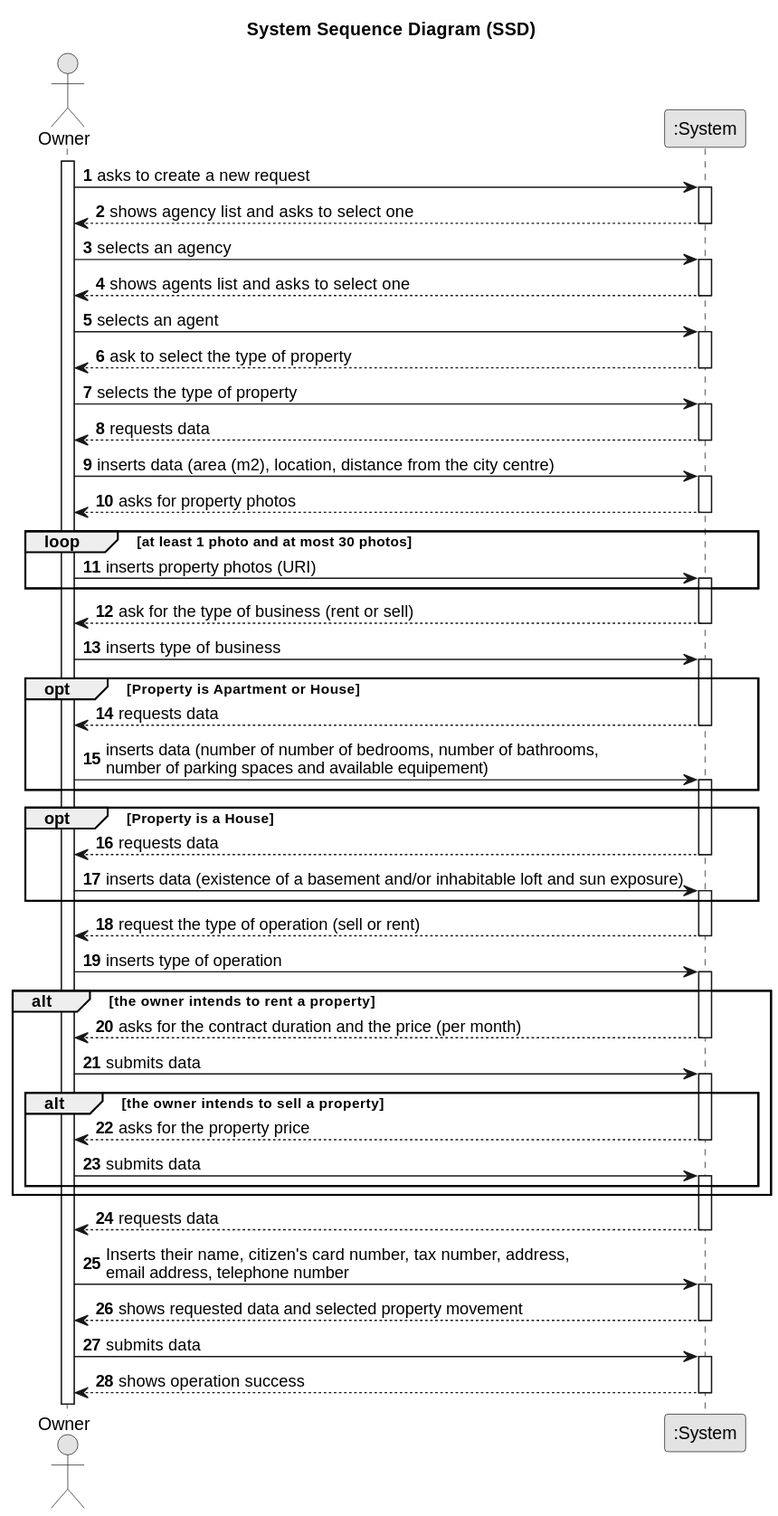
Before: docs/sprintB/us004/01.requirements-engineering/svg/us004-System_Sequence_Diagram__SSD.svg, a diagram exported from PlantUML (1220812/LAPR2). The source it was exported from:
```plantuml
@startuml
skinparam monochrome true
skinparam packageStyle rectangle
skinparam shadowing false

title System Sequence Diagram (SSD)

autonumber

actor "Owner" as Owner
participant ":System" as System

activate Owner

    Owner -> System : asks to create a new request
    activate System

        System --> Owner : shows agency list and asks to select one
    deactivate System

    Owner -> System : selects an agency
    activate System

        System --> Owner : shows agents list and asks to select one
    deactivate System

    Owner -> System : selects an agent
    activate System


        System --> Owner : ask to select the type of property
    deactivate System

    Owner -> System : selects the type of property

        activate System

        System --> Owner : requests data

    deactivate System

    Owner -> System : inserts data (area (m2), location, distance from the city centre)

    activate System

    System --> Owner : asks for property photos
    deactivate System

    loop at least 1 photo and at most 30 photos

    Owner -> System : inserts property photos (URI)
    activate System

    end

    System --> Owner : ask for the type of business (rent or sell)
    deactivate System


    Owner -> System : inserts type of business
   activate System

    opt Property is Apartment or House

        System --> Owner : requests data

    deactivate System

    Owner -> System : inserts data (number of number of bedrooms, number of bathrooms, \nnumber of parking spaces and available equipement)
    activate System

    end
    opt Property is a House

         System --> Owner : requests data
    deactivate System

    Owner -> System : inserts data (existence of a basement and/or inhabitable loft and sun exposure)
    activate System

    end

    System --> Owner : request the type of operation (sell or rent)
    deactivate System


    Owner -> System : inserts type of operation

    alt the owner intends to rent a property
    activate System

    System --> Owner : asks for the contract duration and the price (per month)
    deactivate System

    Owner -> System : submits data
    activate System

    alt the owner intends to sell a property
    System --> Owner : asks for the property price

    deactivate System

    Owner -> System : submits data
    activate System
    end

    end

          System --> Owner : requests data
    deactivate System

    Owner -> System : Inserts their name, citizen's card number, tax number, address, \nemail address, telephone number
    activate System

           System --> Owner : shows requested data and selected property movement

    deactivate System

    Owner -> System : submits data
    activate System

            System --> Owner : shows operation success
    deactivate System
@enduml
```
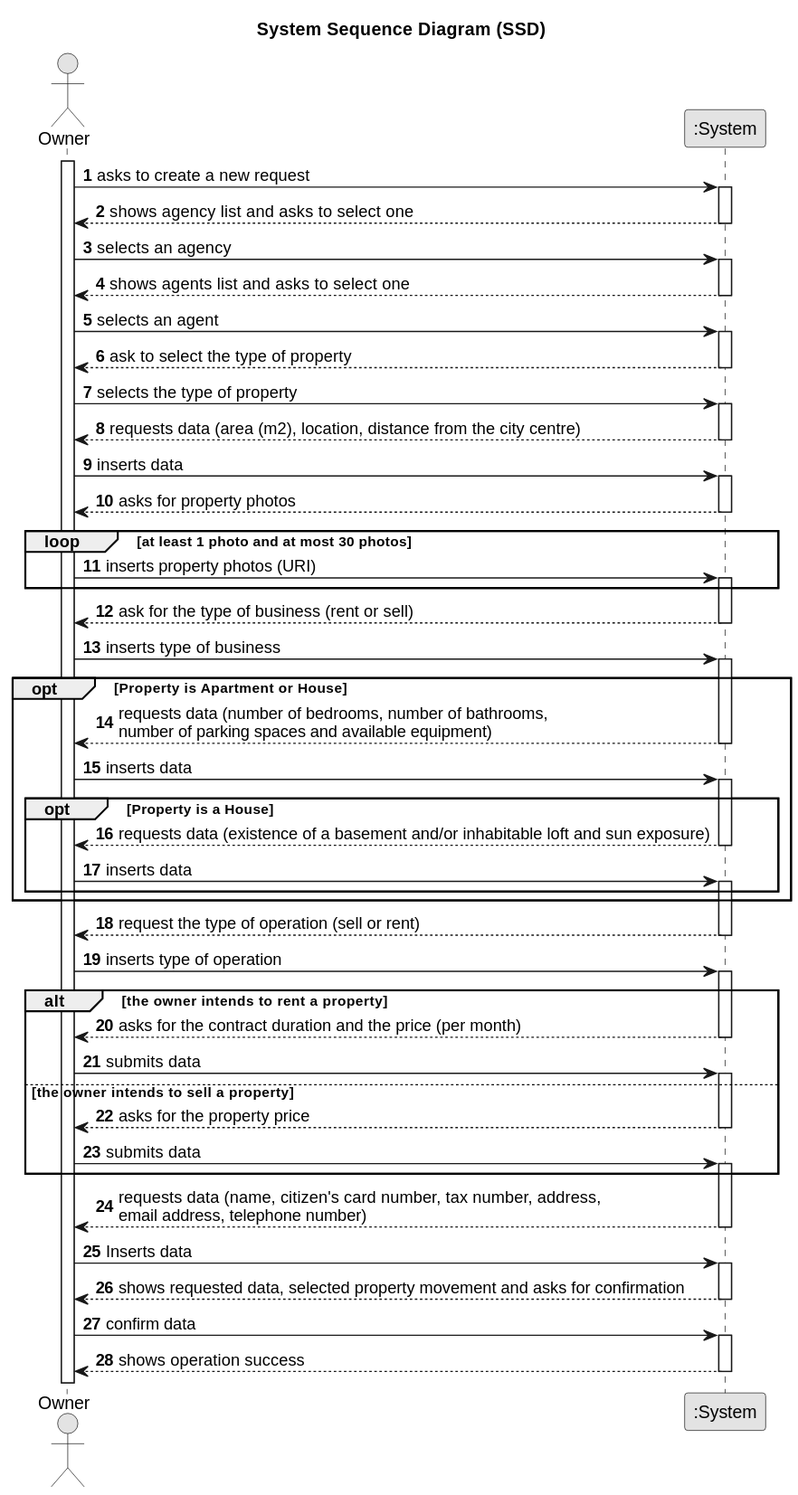
The same file after the commit.

What changed in the source:
```diff
@@ -35,11 +35,11 @@
 
         activate System
 
-        System --> Owner : requests data
+        System --> Owner : requests data (area (m2), location, distance from the city centre)
 
     deactivate System
 
-    Owner -> System : inserts data (area (m2), location, distance from the city centre)
+    Owner -> System : inserts data
 
     activate System
 
@@ -62,27 +62,27 @@
 
     opt Property is Apartment or House
 
-        System --> Owner : requests data
+        System --> Owner : requests data (number of bedrooms, number of bathrooms, \nnumber of parking spaces and available equipment)
 
     deactivate System
 
-    Owner -> System : inserts data (number of number of bedrooms, number of bathrooms, \nnumber of parking spaces and available equipement)
+    Owner -> System : inserts data
+    activate System
+
+    opt Property is a House
+
+         System --> Owner : requests data (existence of a basement and/or inhabitable loft and sun exposure)
+    deactivate System
+
+    Owner -> System : inserts data
     activate System
 
     end
-    opt Property is a House
-
-         System --> Owner : requests data
-    deactivate System
-
-    Owner -> System : inserts data (existence of a basement and/or inhabitable loft and sun exposure)
-    activate System
 
     end
 
     System --> Owner : request the type of operation (sell or rent)
     deactivate System
-
 
     Owner -> System : inserts type of operation
 
@@ -95,28 +95,27 @@
     Owner -> System : submits data
     activate System
 
-    alt the owner intends to sell a property
+    else the owner intends to sell a property
     System --> Owner : asks for the property price
 
     deactivate System
 
     Owner -> System : submits data
     activate System
-    end
 
     end
 
-          System --> Owner : requests data
+          System --> Owner : requests data (name, citizen's card number, tax number, address, \nemail address, telephone number)
     deactivate System
 
-    Owner -> System : Inserts their name, citizen's card number, tax number, address, \nemail address, telephone number
+    Owner -> System : Inserts data
     activate System
 
-           System --> Owner : shows requested data and selected property movement
+           System --> Owner : shows requested data, selected property movement and asks for confirmation
 
     deactivate System
 
-    Owner -> System : submits data
+    Owner -> System : confirm data
     activate System
 
             System --> Owner : shows operation success
```
